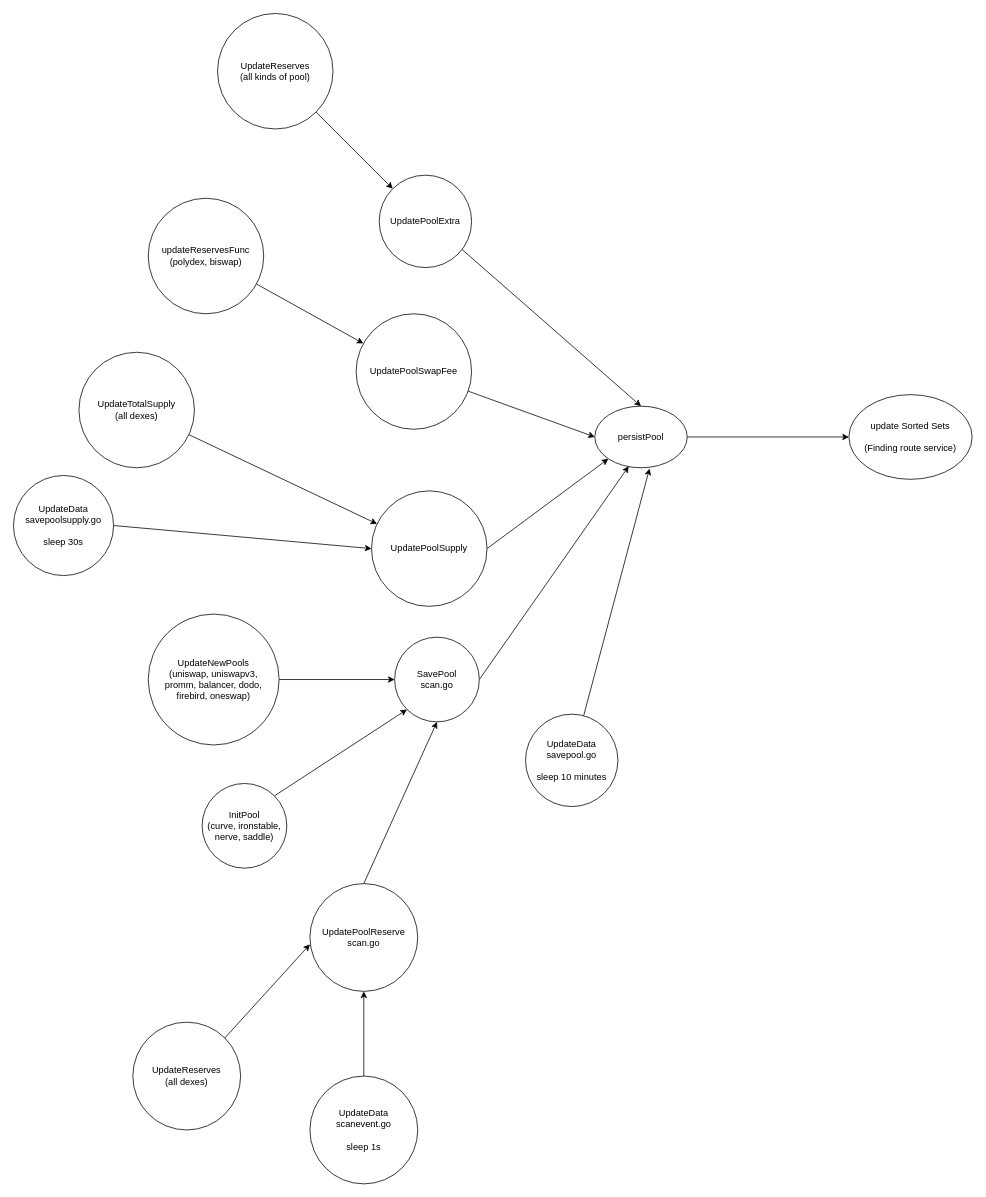
Above: Coupled Dependencies.drawio in piavgh/draw.io-data (draw.io), before the change. Source tidied: cells renumbered, new cells numbered last; positions are measured from the earlier drawing's top-left corner, leaving out a move shared by most shapes. Both pictures are drawn from the tidied source at 77%, with x=0, y=0 at pixel (13, 13).
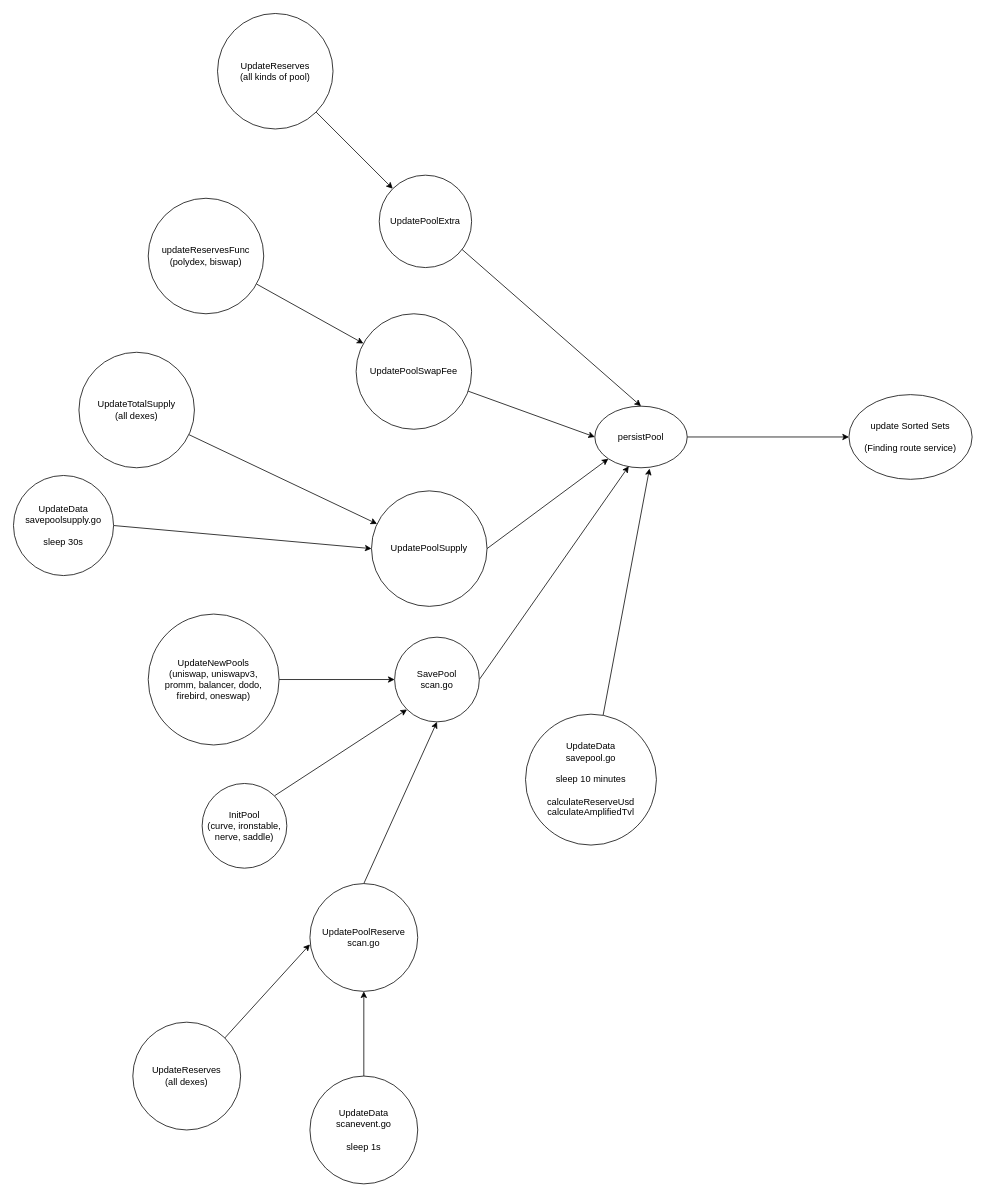
The same diagram, later.

Change to the diagram source:
```diff
@@
-    <mxCell id="11" value="UpdateData&lt;br&gt;savepool.go&lt;br&gt;&lt;br&gt;sleep 10 minutes" style="ellipse;whiteSpace=wrap;html=1;" parent="1" vertex="1">
-      <mxGeometry x="665" y="910" width="120" height="120" as="geometry" />
+    <mxCell id="11" value="UpdateData&lt;br&gt;savepool.go&lt;br&gt;&lt;br&gt;sleep 10 minutes&lt;br&gt;&lt;br&gt;calculateReserveUsd&lt;br&gt;calculateAmplifiedTvl" style="ellipse;whiteSpace=wrap;html=1;" parent="1" vertex="1">
+      <mxGeometry x="665" y="910" width="170" height="170" as="geometry" />
     </mxCell>
```
